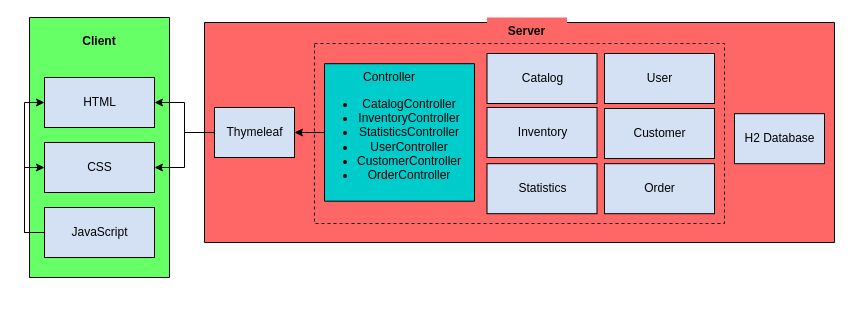
Above: diagrams SWP/Unbenanntes Diagramm.drawio in StarSkiller/Diagrams (draw.io), before the change. Source tidied: cells renumbered, new cells numbered last; positions are measured from the earlier drawing's top-left corner, leaving out a move shared by most shapes. Both pictures are drawn from the tidied source at 100%, with x=0, y=0 at pixel (29, 17).
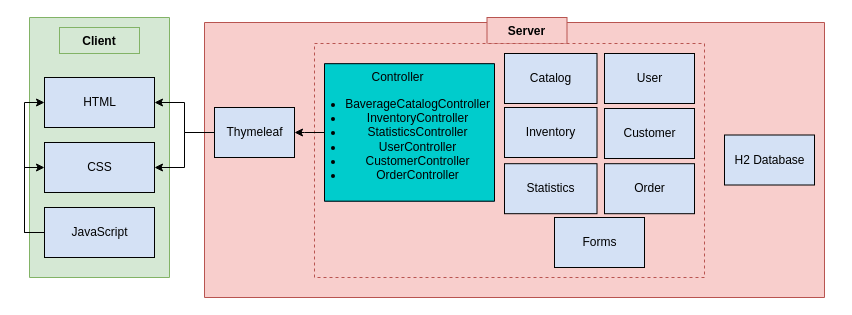
The same page after the edit.

The edit, as a diff of the source:
```diff
@@
-    <mxCell id="2" style="verticalLabelPosition=bottom;verticalAlign=top;html=1;shape=mxgraph.basic.rect;fillColor2=none;strokeWidth=1;size=20;indent=5;fillColor=#66FF66;" parent="1" vertex="1">
+    <mxCell id="2" style="verticalLabelPosition=bottom;verticalAlign=top;html=1;shape=mxgraph.basic.rect;fillColor2=none;strokeWidth=1;size=20;indent=5;fillColor=#d5e8d4;strokeColor=#82b366;" parent="1" vertex="1">
       <mxGeometry width="140" height="260" as="geometry" />
     </mxCell>
-    <mxCell id="3" value="Client" style="text;align=center;fontStyle=1;verticalAlign=middle;spacingLeft=3;spacingRight=3;strokeColor=none;fillColor=#66FF66;" parent="1" vertex="1">
+    <mxCell id="3" value="Client" style="text;align=center;fontStyle=1;verticalAlign=middle;spacingLeft=3;spacingRight=3;strokeColor=#82b366;fillColor=#d5e8d4;" parent="1" vertex="1">
       <mxGeometry x="30" y="10" width="80" height="26" as="geometry" />
     </mxCell>
@@
-    <mxCell id="9" style="verticalLabelPosition=bottom;verticalAlign=top;html=1;shape=mxgraph.basic.rect;fillColor2=none;strokeWidth=1;size=20;indent=5;fillColor=#FF6666;" parent="1" vertex="1">
-      <mxGeometry x="175" y="5" width="630" height="220" as="geometry" />
+    <mxCell id="9" style="verticalLabelPosition=bottom;verticalAlign=top;html=1;shape=mxgraph.basic.rect;fillColor2=none;strokeWidth=1;size=20;indent=5;fillColor=#f8cecc;strokeColor=#b85450;" parent="1" vertex="1">
+      <mxGeometry x="175" y="5" width="620" height="275" as="geometry" />
     </mxCell>
-    <mxCell id="10" value="Server" style="text;align=center;fontStyle=1;verticalAlign=middle;spacingLeft=3;spacingRight=3;strokeColor=none;fillColor=#FF6666;" parent="1" vertex="1">
+    <mxCell id="10" value="Server" style="text;align=center;fontStyle=1;verticalAlign=middle;spacingLeft=3;spacingRight=3;strokeColor=#b85450;fillColor=#f8cecc;" parent="1" vertex="1">
       <mxGeometry x="457.5" width="80" height="26" as="geometry" />
     </mxCell>
@@
-    <mxCell id="14" style="verticalLabelPosition=bottom;verticalAlign=top;html=1;shape=mxgraph.basic.rect;fillColor2=none;strokeWidth=1;size=20;indent=5;fillColor=#FF6666;dashed=1;" parent="1" vertex="1">
-      <mxGeometry x="285" y="26" width="410" height="180" as="geometry" />
+    <mxCell id="14" style="verticalLabelPosition=bottom;verticalAlign=top;html=1;shape=mxgraph.basic.rect;fillColor2=none;strokeWidth=1;size=20;indent=5;fillColor=#f8cecc;dashed=1;strokeColor=#b85450;" parent="1" vertex="1">
+      <mxGeometry x="285" y="26" width="390" height="234" as="geometry" />
     </mxCell>
@@
     <mxCell id="16" value="Catalog" style="html=1;fillColor=#D4E1F5;" parent="1" vertex="1">
-      <mxGeometry x="457.5" y="36" width="110" height="50" as="geometry" />
+      <mxGeometry x="475" y="36" width="92.5" height="50" as="geometry" />
     </mxCell>
     <mxCell id="17" value="Order" style="html=1;fillColor=#D4E1F5;" parent="1" vertex="1">
-      <mxGeometry x="575" y="146.2" width="110" height="50" as="geometry" />
+      <mxGeometry x="575" y="146.2" width="90" height="50" as="geometry" />
     </mxCell>
     <mxCell id="18" value="Statistics" style="html=1;fillColor=#D4E1F5;" parent="1" vertex="1">
-      <mxGeometry x="457.5" y="146.2" width="110" height="50" as="geometry" />
+      <mxGeometry x="475" y="146.2" width="92.5" height="50" as="geometry" />
     </mxCell>
     <mxCell id="19" value="User" style="html=1;fillColor=#D4E1F5;" parent="1" vertex="1">
-      <mxGeometry x="575" y="36" width="110" height="50" as="geometry" />
+      <mxGeometry x="575" y="36" width="90" height="50" as="geometry" />
     </mxCell>
     <mxCell id="20" value="Customer" style="html=1;fillColor=#D4E1F5;" parent="1" vertex="1">
-      <mxGeometry x="575" y="91" width="110" height="50" as="geometry" />
+      <mxGeometry x="575" y="91" width="90" height="50" as="geometry" />
     </mxCell>
     <mxCell id="21" value="Inventory" style="html=1;fillColor=#D4E1F5;" parent="1" vertex="1">
-      <mxGeometry x="457.5" y="90" width="110" height="50" as="geometry" />
+      <mxGeometry x="475" y="90" width="92.5" height="50" as="geometry" />
     </mxCell>
-    <mxCell id="22" style="group;" parent="1" vertex="1">
-      <mxGeometry x="295" y="46.2" width="150" height="137.5" as="geometry" />
+    <mxCell id="22" style="group;fillColor=#dae8fc;strokeColor=#6c8ebf;" parent="1" vertex="1">
+      <mxGeometry x="295" y="46.2" width="170" height="137.5" as="geometry" />
     </mxCell>
     <mxCell id="23" style="verticalLabelPosition=bottom;verticalAlign=top;html=1;shape=mxgraph.basic.rect;fillColor2=none;strokeWidth=1;size=20;indent=5;fillColor=#00CCCC;" parent="22" vertex="1">
-      <mxGeometry width="150" height="137.5" as="geometry" />
+      <mxGeometry width="170" height="137.5" as="geometry" />
     </mxCell>
-    <mxCell id="24" value="Controller&lt;br&gt;&lt;ul&gt;&lt;li&gt;CatalogController&lt;/li&gt;&lt;li&gt;InventoryController&lt;/li&gt;&lt;li&gt;StatisticsController&lt;/li&gt;&lt;li&gt;UserController&lt;/li&gt;&lt;li&gt;CustomerController&lt;/li&gt;&lt;li&gt;OrderController&lt;/li&gt;&lt;/ul&gt;" style="text;html=1;strokeColor=none;fillColor=none;align=center;verticalAlign=middle;whiteSpace=wrap;rounded=0;" parent="22" vertex="1">
-      <mxGeometry y="3.8" width="130" height="130" as="geometry" />
+    <mxCell id="24" value="Controller&lt;br&gt;&lt;ul&gt;&lt;li&gt;BaverageCatalogController&lt;/li&gt;&lt;li&gt;InventoryController&lt;/li&gt;&lt;li&gt;StatisticsController&lt;/li&gt;&lt;li&gt;UserController&lt;/li&gt;&lt;li&gt;CustomerController&lt;/li&gt;&lt;li&gt;OrderController&lt;/li&gt;&lt;/ul&gt;" style="text;html=1;strokeColor=none;fillColor=none;align=center;verticalAlign=middle;whiteSpace=wrap;rounded=0;" parent="22" vertex="1">
+      <mxGeometry y="3.8" width="147.3" height="130" as="geometry" />
     </mxCell>
     <mxCell id="25" value="H2 Database" style="html=1;fillColor=#D4E1F5;" parent="1" vertex="1">
-      <mxGeometry x="705" y="96.2" width="90" height="50" as="geometry" />
+      <mxGeometry x="695" y="117.5" width="90" height="50" as="geometry" />
     </mxCell>
+    <mxCell id="26" value="Forms" style="html=1;fillColor=#D4E1F5;" parent="1" vertex="1">
+      <mxGeometry x="525" y="200" width="90" height="50" as="geometry" />
+    </mxCell>
```
